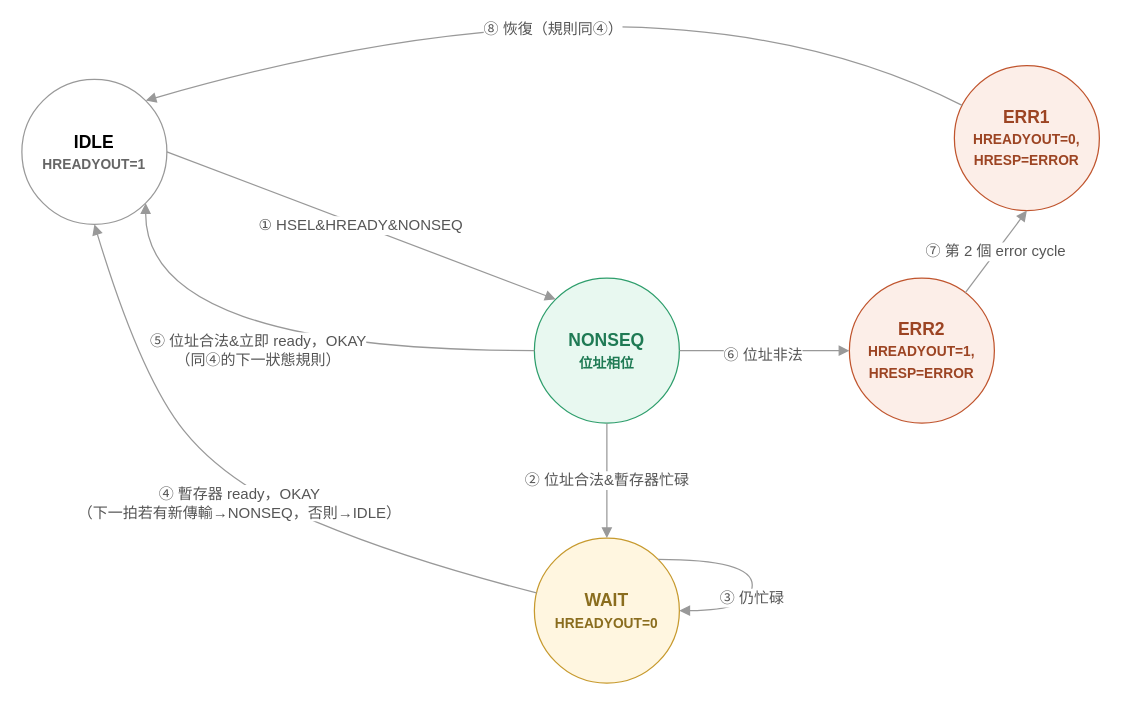
shj-F115112128/SOC_Practice keeps this draw.io diagram as HW1/Upload/ahb_slave_fsm.drawio. Above is the earlier version. Source tidied: cells renumbered, new cells numbered last; positions are measured from the earlier drawing's top-left corner, leaving out a move shared by most shapes. Both pictures are drawn from the tidied source at 125%, with x=0, y=0 at pixel (21, -49).
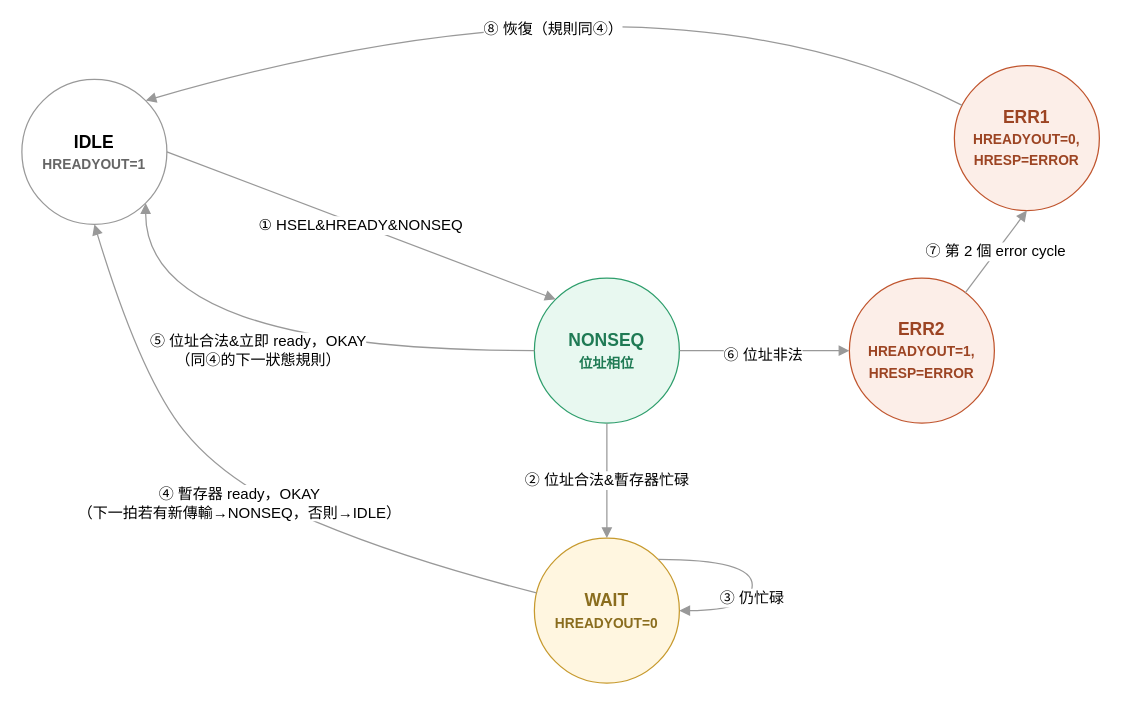
The same page after the edit.

The edit, as a diff of the source:
```diff
@@
 <mxGraphModel>
   <root>
     <mxCell id="0" />
     <mxCell id="1" parent="0" />
     <mxCell id="2" value="IDLE&#10;&lt;font style=&quot;font-size:11px&quot; color=&quot;#666666&quot;&gt;HREADYOUT=1&lt;/font&gt;" style="ellipse;whiteSpace=wrap;html=1;fillColor=#FFFFFF;strokeColor=#999999;fontSize=14;fontStyle=1;" parent="1" vertex="1">
       <mxGeometry y="102" width="116" height="116" as="geometry" />
     </mxCell>
     <mxCell id="3" value="NONSEQ&#10;&lt;font style=&quot;font-size:11px&quot; color=&quot;#1F7A54&quot;&gt;位址相位&lt;/font&gt;" style="ellipse;whiteSpace=wrap;html=1;fillColor=#E8F8F0;strokeColor=#2E9E6C;fontColor=#1F7A54;fontSize=14;fontStyle=1;" parent="1" vertex="1">
       <mxGeometry x="410" y="261" width="116" height="116" as="geometry" />
     </mxCell>
     <mxCell id="4" value="WAIT&#10;&lt;font style=&quot;font-size:11px&quot; color=&quot;#8A6D1E&quot;&gt;HREADYOUT=0&lt;/font&gt;" style="ellipse;whiteSpace=wrap;html=1;fillColor=#FFF6E0;strokeColor=#C79A2E;fontColor=#8A6D1E;fontSize=14;fontStyle=1;" parent="1" vertex="1">
       <mxGeometry x="410" y="469" width="116" height="116" as="geometry" />
     </mxCell>
     <mxCell id="5" value="ERR2&#10;&lt;font style=&quot;font-size:11px&quot; color=&quot;#9C4423&quot;&gt;HREADYOUT=1, HRESP=ERROR&lt;/font&gt;" style="ellipse;whiteSpace=wrap;html=1;fillColor=#FCEEE8;strokeColor=#C0552E;fontColor=#9C4423;fontSize=14;fontStyle=1;" parent="1" vertex="1">
       <mxGeometry x="662" y="261" width="116" height="116" as="geometry" />
     </mxCell>
     <mxCell id="6" value="ERR1&#10;&lt;font style=&quot;font-size:11px&quot; color=&quot;#9C4423&quot;&gt;HREADYOUT=0, HRESP=ERROR&lt;/font&gt;" style="ellipse;whiteSpace=wrap;html=1;fillColor=#FCEEE8;strokeColor=#C0552E;fontColor=#9C4423;fontSize=14;fontStyle=1;" parent="1" vertex="1">
       <mxGeometry x="746" y="91" width="116" height="116" as="geometry" />
     </mxCell>
-    <mxCell id="7" value="&lt;font style=&quot;font-size: 12px;&quot;&gt;① HSEL&amp;amp;HREADY&amp;amp;NONSEQ&lt;/font&gt;" style="curved=1;endArrow=block;html=1;strokeColor=#999999;fontSize=11;fontColor=#555555;entryX=0;entryY=0;entryDx=0;entryDy=0;exitX=1;exitY=0.5;exitDx=0;exitDy=0;" parent="1" edge="1" source="2" target="3">
+    <mxCell id="7" value="&lt;font style=&quot;font-size: 12px; color: light-dark(rgb(0, 0, 0), rgb(102, 102, 102));&quot;&gt;① HSEL&amp;amp;HREADY&amp;amp;NONSEQ&lt;/font&gt;" style="curved=1;endArrow=block;html=1;strokeColor=#999999;fontSize=11;fontColor=#555555;entryX=0;entryY=0;entryDx=0;entryDy=0;exitX=1;exitY=0.5;exitDx=0;exitDy=0;" parent="1" edge="1" source="2" target="3">
       <mxGeometry relative="1" as="geometry" />
     </mxCell>
-    <mxCell id="8" value="&lt;font style=&quot;font-size: 12px;&quot;&gt;② 位址合法&amp;amp;暫存器忙碌&lt;/font&gt;" style="curved=1;endArrow=block;html=1;strokeColor=#999999;fontSize=11;fontColor=#555555;entryX=0.5;entryY=0;entryDx=0;entryDy=0;" parent="1" edge="1" source="3" target="4">
+    <mxCell id="8" value="&lt;font style=&quot;font-size: 12px; color: light-dark(rgb(0, 0, 0), rgb(77, 77, 77));&quot;&gt;② 位址合法&amp;amp;暫存器忙碌&lt;/font&gt;" style="curved=1;endArrow=block;html=1;strokeColor=#999999;fontSize=11;fontColor=#555555;entryX=0.5;entryY=0;entryDx=0;entryDy=0;" parent="1" edge="1" source="3" target="4">
       <mxGeometry relative="1" as="geometry" />
     </mxCell>
-    <mxCell id="9" value="&lt;font style=&quot;font-size: 12px;&quot;&gt;③ 仍忙碌&lt;/font&gt;" style="curved=1;endArrow=block;html=1;strokeColor=#999999;fontSize=11;fontColor=#555555;exitX=1;exitY=0;exitDx=0;exitDy=0;entryX=1;entryY=0.5;entryDx=0;entryDy=0;edgeStyle=orthogonalEdgeStyle;innerLoopWaypoints=1;" parent="1" edge="1" source="4" target="4">
+    <mxCell id="9" value="&lt;font style=&quot;font-size: 12px; color: light-dark(rgb(0, 0, 0), rgb(102, 102, 102));&quot;&gt;③ 仍忙碌&lt;/font&gt;" style="curved=1;endArrow=block;html=1;strokeColor=#999999;fontSize=11;fontColor=#555555;exitX=1;exitY=0;exitDx=0;exitDy=0;entryX=1;entryY=0.5;entryDx=0;entryDy=0;edgeStyle=orthogonalEdgeStyle;innerLoopWaypoints=1;" parent="1" edge="1" source="4" target="4">
       <mxGeometry x="0.22" relative="1" as="geometry">
         <Array as="points">
           <mxPoint x="584.3" y="486" />
           <mxPoint x="584.3" y="527" />
         </Array>
       </mxGeometry>
     </mxCell>
-    <mxCell id="10" value="&lt;font style=&quot;font-size: 12px;&quot;&gt;④ 暫存器 ready，OKAY&lt;br&gt;（下一拍若有新傳輸→NONSEQ，否則→IDLE）&lt;/font&gt;" style="curved=1;endArrow=block;html=1;strokeColor=#999999;fontSize=11;fontColor=#555555;entryX=0.5;entryY=1;entryDx=0;entryDy=0;" parent="1" edge="1" source="4" target="2">
+    <mxCell id="10" value="&lt;font style=&quot;font-size: 12px; color: light-dark(rgb(0, 0, 0), rgb(77, 77, 77));&quot;&gt;④ 暫存器 ready，OKAY&lt;br&gt;（下一拍若有新傳輸→NONSEQ，否則→IDLE）&lt;/font&gt;" style="curved=1;endArrow=block;html=1;strokeColor=#999999;fontSize=11;fontColor=#555555;entryX=0.5;entryY=1;entryDx=0;entryDy=0;" parent="1" edge="1" source="4" target="2">
       <mxGeometry x="-0.01" y="9.9" relative="1" as="geometry">
         <Array as="points">
           <mxPoint x="308.1" y="486.4" />
           <mxPoint x="164.6" y="426.5" />
           <mxPoint x="95" y="340" />
         </Array>
       </mxGeometry>
     </mxCell>
-    <mxCell id="11" value="&lt;font style=&quot;font-size: 12px;&quot;&gt;⑤ 位址合法&amp;amp;立即 ready，OKAY&lt;br&gt;（同④的下一狀態規則）&lt;/font&gt;" style="curved=1;endArrow=block;html=1;strokeColor=#999999;fontSize=11;fontColor=#555555;edgeStyle=orthogonalEdgeStyle;curveGeometry=1;exitX=0;exitY=0.5;exitDx=0;exitDy=0;entryX=1;entryY=1;entryDx=0;entryDy=0;" parent="1" edge="1" source="3" target="2">
+    <mxCell id="11" value="&lt;font style=&quot;font-size: 12px; color: light-dark(rgb(0, 0, 0), rgb(77, 77, 77));&quot;&gt;⑤ 位址合法&amp;amp;立即 ready，OKAY&lt;br&gt;（同④的下一狀態規則）&lt;/font&gt;" style="curved=1;endArrow=block;html=1;strokeColor=#999999;fontSize=11;fontColor=#555555;edgeStyle=orthogonalEdgeStyle;curveGeometry=1;exitX=0;exitY=0.5;exitDx=0;exitDy=0;entryX=1;entryY=1;entryDx=0;entryDy=0;" parent="1" edge="1" source="3" target="2">
       <mxGeometry x="0.03" relative="1" as="geometry" />
     </mxCell>
-    <mxCell id="12" value="&lt;font style=&quot;font-size: 12px;&quot;&gt;⑥ 位址非法&lt;/font&gt;" style="curved=1;endArrow=block;html=1;strokeColor=#999999;fontSize=11;fontColor=#555555;rounded=0;entryX=0;entryY=0.5;entryDx=0;entryDy=0;exitX=1;exitY=0.5;exitDx=0;exitDy=0;curveGeometry=1;" parent="1" edge="1" source="3" target="5">
+    <mxCell id="12" value="&lt;font style=&quot;font-size: 12px; color: light-dark(rgb(0, 0, 0), rgb(102, 102, 102));&quot;&gt;⑥ 位址非法&lt;/font&gt;" style="curved=1;endArrow=block;html=1;strokeColor=#999999;fontSize=11;fontColor=#555555;rounded=0;entryX=0;entryY=0.5;entryDx=0;entryDy=0;exitX=1;exitY=0.5;exitDx=0;exitDy=0;curveGeometry=1;" parent="1" edge="1" source="3" target="5">
       <mxGeometry x="-0.01" y="-4" relative="1" as="geometry" />
     </mxCell>
-    <mxCell id="13" value="&lt;font style=&quot;font-size: 12px;&quot;&gt;⑦ 第 2 個 error cycle&lt;/font&gt;" style="curved=1;endArrow=block;html=1;strokeColor=#999999;fontSize=11;fontColor=#555555;entryX=0.5;entryY=1;entryDx=0;entryDy=0;" parent="1" edge="1" source="5" target="6">
+    <mxCell id="13" value="&lt;font style=&quot;font-size: 12px; color: light-dark(rgb(0, 0, 0), rgb(102, 102, 102));&quot;&gt;⑦ 第 2 個 error cycle&lt;/font&gt;" style="curved=1;endArrow=block;html=1;strokeColor=#999999;fontSize=11;fontColor=#555555;entryX=0.5;entryY=1;entryDx=0;entryDy=0;" parent="1" edge="1" source="5" target="6">
       <mxGeometry relative="1" as="geometry" />
     </mxCell>
-    <mxCell id="14" value="&lt;font style=&quot;font-size: 12px;&quot;&gt;⑧ 恢復（規則同④）&lt;/font&gt;" style="curved=1;endArrow=block;html=1;strokeColor=#999999;fontSize=11;fontColor=#555555;entryX=1;entryY=0;entryDx=0;entryDy=0;" parent="1" edge="1" source="6" target="2">
+    <mxCell id="14" value="&lt;font style=&quot;font-size: 12px; color: light-dark(rgb(0, 0, 0), rgb(102, 102, 102));&quot;&gt;⑧ 恢復（規則同④）&lt;/font&gt;" style="curved=1;endArrow=block;html=1;strokeColor=#999999;fontSize=11;fontColor=#555555;entryX=1;entryY=0;entryDx=0;entryDy=0;" parent="1" edge="1" source="6" target="2">
       <mxGeometry x="0.06" y="36" relative="1" as="geometry">
         <Array as="points">
           <mxPoint x="509.7" />
         </Array>
       </mxGeometry>
     </mxCell>
   </root>
 </mxGraphModel>
```
